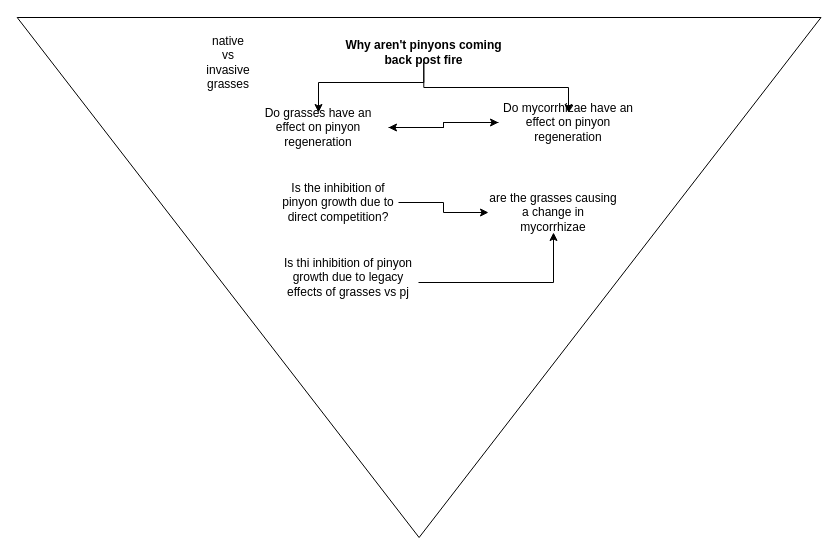
Earlier version of the draw.io diagram page "Page-2" (2 of 3) of Exp_design.drawio (gtrimber/PJ_Project). Source tidied: cells renumbered, new cells numbered last; positions are measured from the earlier drawing's top-left corner, leaving out a move shared by most shapes. Both pictures are drawn from the tidied source at 100%, with x=0, y=0 at pixel (159, -125).
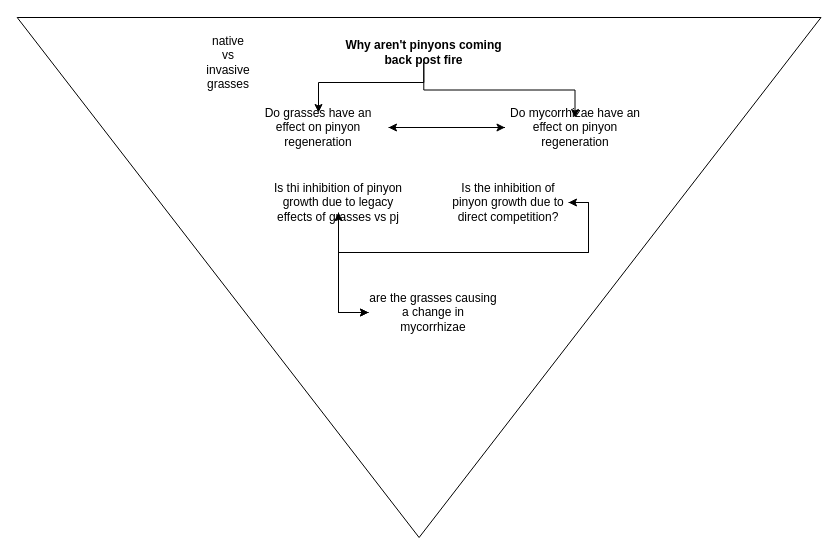
The same page after the edit.

Change to the diagram source:
```diff
@@
     <mxCell id="10" value="Do mycorrhizae have an effect on pinyon regeneration" style="text;html=1;strokeColor=none;fillColor=none;align=center;verticalAlign=middle;whiteSpace=wrap;rounded=0;" parent="1" vertex="1">
-      <mxGeometry x="339" y="237" width="140" height="20" as="geometry" />
+      <mxGeometry x="345.5" y="242" width="140" height="20" as="geometry" />
     </mxCell>
@@
     <mxCell id="12" style="edgeStyle=orthogonalEdgeStyle;rounded=0;jettySize=auto;html=1;exitX=1;exitY=0.5;exitDx=0;exitDy=0;entryX=0;entryY=0.5;entryDx=0;entryDy=0;" parent="1" edge="1" source="13" target="16">
-      <mxGeometry relative="1" as="geometry" />
+      <mxGeometry relative="1" as="geometry">
+        <Array as="points">
+          <mxPoint x="429" y="327" />
+          <mxPoint x="429" y="377" />
+          <mxPoint x="179" y="377" />
+          <mxPoint x="179" y="437" />
+        </Array>
+      </mxGeometry>
     </mxCell>
-    <mxCell id="13" value="Is the inhibition of pinyon growth due to direct competition?" style="text;html=1;strokeColor=none;fillColor=none;align=center;verticalAlign=middle;whiteSpace=wrap;rounded=0;" parent="1" vertex="1">
-      <mxGeometry x="119" y="317" width="120" height="20" as="geometry" />
-    </mxCell>
-    <mxCell id="14" style="edgeStyle=orthogonalEdgeStyle;rounded=0;jettySize=auto;html=1;exitX=1;exitY=0.75;exitDx=0;exitDy=0;" parent="1" edge="1" source="15" target="16">
+    <mxCell id="14" style="edgeStyle=orthogonalEdgeStyle;rounded=0;jettySize=auto;html=1;entryX=0;entryY=0.5;entryDx=0;entryDy=0;" parent="1" edge="1" source="15" target="16">
       <mxGeometry relative="1" as="geometry" />
     </mxCell>
     <mxCell id="15" value="Is thi inhibition of pinyon growth due to legacy effects of grasses vs pj" style="text;html=1;strokeColor=none;fillColor=none;align=center;verticalAlign=middle;whiteSpace=wrap;rounded=0;" parent="1" vertex="1">
-      <mxGeometry x="119" y="392" width="140" height="20" as="geometry" />
+      <mxGeometry x="109" y="317" width="140" height="20" as="geometry" />
     </mxCell>
+    <mxCell id="17" style="edgeStyle=orthogonalEdgeStyle;rounded=0;jettySize=auto;html=1;exitX=0;exitY=0.5;exitDx=0;exitDy=0;entryX=1;entryY=0.5;entryDx=0;entryDy=0;" parent="1" edge="1" source="16" target="13">
+      <mxGeometry relative="1" as="geometry">
+        <Array as="points">
+          <mxPoint x="179" y="437" />
+          <mxPoint x="179" y="377" />
+          <mxPoint x="429" y="377" />
+          <mxPoint x="429" y="327" />
+        </Array>
+      </mxGeometry>
+    </mxCell>
+    <mxCell id="18" style="edgeStyle=orthogonalEdgeStyle;rounded=0;jettySize=auto;html=1;exitX=0;exitY=0.5;exitDx=0;exitDy=0;" parent="1" edge="1" source="16" target="15">
+      <mxGeometry relative="1" as="geometry" />
+    </mxCell>
     <mxCell id="16" value="are the grasses causing a change in mycorrhizae " style="text;html=1;strokeColor=none;fillColor=none;align=center;verticalAlign=middle;whiteSpace=wrap;rounded=0;" parent="1" vertex="1">
-      <mxGeometry x="329" y="317" width="130" height="40" as="geometry" />
+      <mxGeometry x="209" y="417" width="130" height="40" as="geometry" />
     </mxCell>
+    <mxCell id="13" value="Is the inhibition of pinyon growth due to direct competition?" style="text;html=1;strokeColor=none;fillColor=none;align=center;verticalAlign=middle;whiteSpace=wrap;rounded=0;" parent="1" vertex="1">
+      <mxGeometry x="289" y="317" width="120" height="20" as="geometry" />
+    </mxCell>
```
